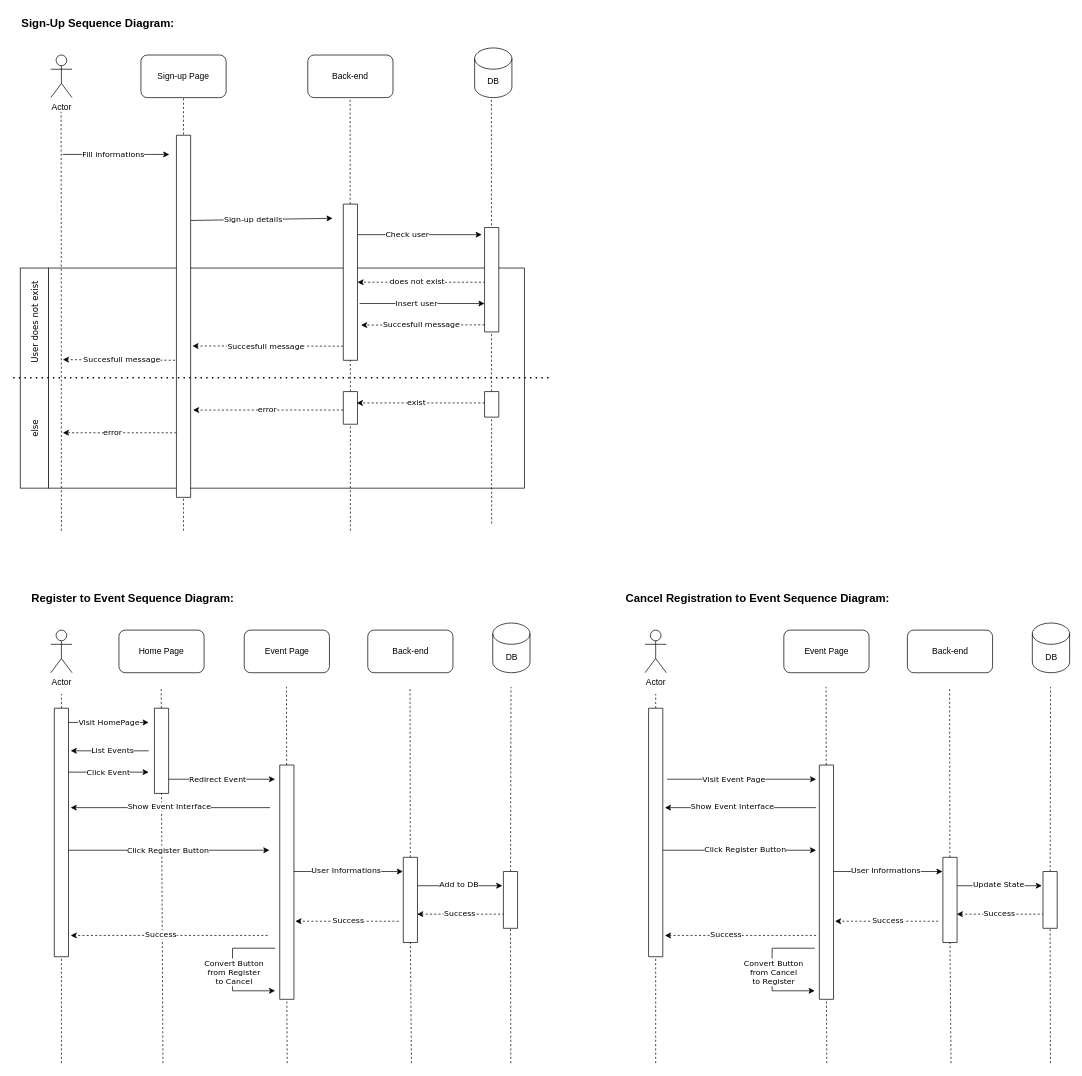
The draw.io diagram Untitled Diagram.drawio in MustafaKANLI/BildirWebPublic, before the edit. Source tidied: cells renumbered, new cells numbered last; positions are measured from the earlier drawing's top-left corner, leaving out a move shared by most shapes. Both pictures are drawn from the tidied source at 71%, with x=0, y=0 at pixel (13, 12).
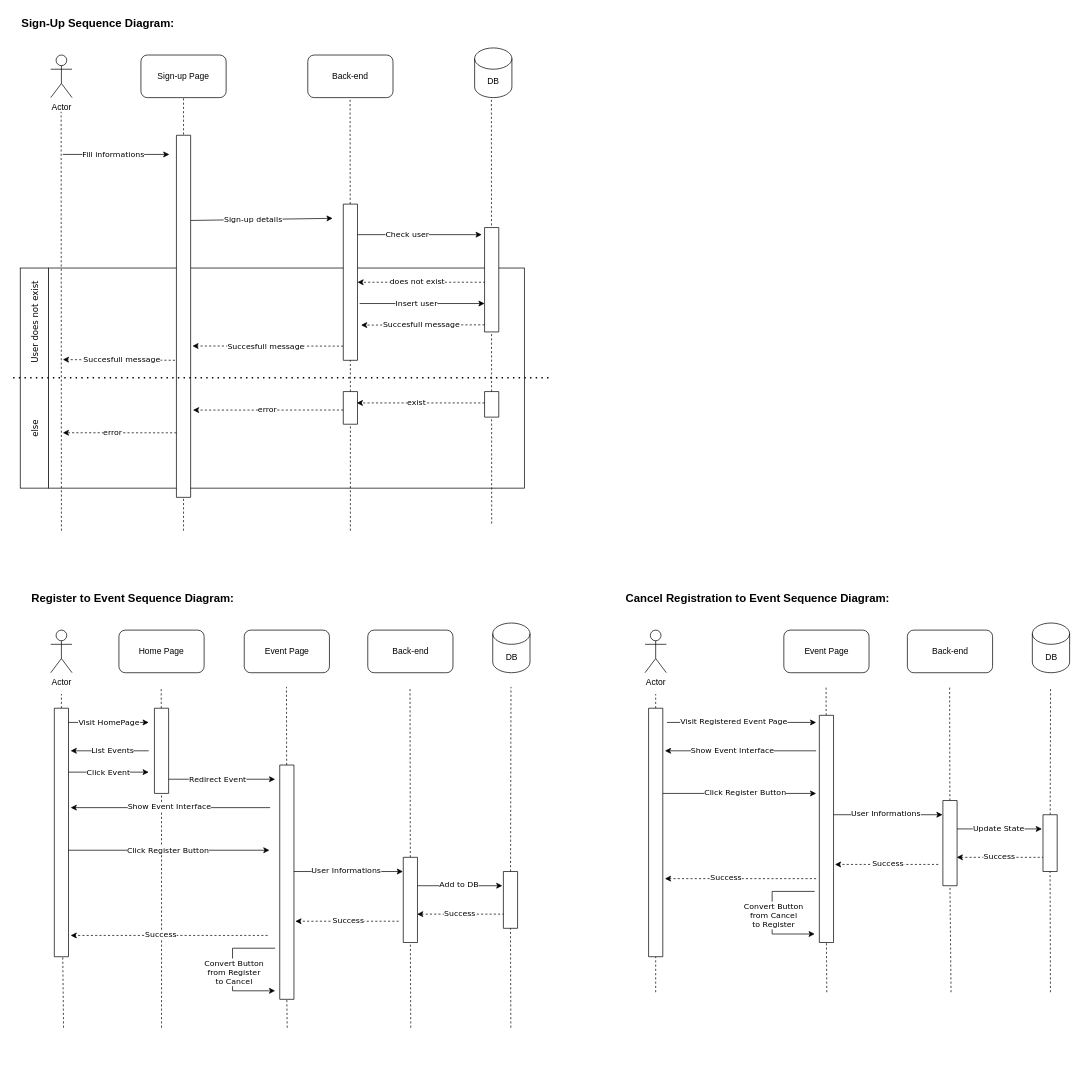
After the change.

Commit message:
Update line heights and Added visit registered page detail

The change refers to these unchanged cells:
```xml
<mxCell id="61" style="verticalLabelPosition=bottom;verticalAlign=top;html=1;shape=mxgraph.basic.rect;fillColor2=none;strokeWidth=1;size=20;indent=5;fontFamily=Verdana;" parent="1" vertex="1">
  <mxGeometry x="199" y="980" width="20" height="120" as="geometry" />
</mxCell>
<mxCell id="69" style="verticalLabelPosition=bottom;verticalAlign=top;html=1;shape=mxgraph.basic.rect;fillColor2=none;strokeWidth=1;size=20;indent=5;fontFamily=Verdana;" parent="1" vertex="1">
  <mxGeometry x="375.5" y="1060" width="20" height="330" as="geometry" />
</mxCell>
<mxCell id="81" style="verticalLabelPosition=bottom;verticalAlign=top;html=1;shape=mxgraph.basic.rect;fillColor2=none;strokeWidth=1;size=20;indent=5;fontFamily=Verdana;" parent="1" vertex="1">
  <mxGeometry x="549.5" y="1190" width="20" height="120" as="geometry" />
</mxCell>
<mxCell id="83" style="verticalLabelPosition=bottom;verticalAlign=top;html=1;shape=mxgraph.basic.rect;fillColor2=none;strokeWidth=1;size=20;indent=5;fontFamily=Verdana;" parent="1" vertex="1">
  <mxGeometry x="690.5" y="1210" width="20" height="80" as="geometry" />
</mxCell>
<mxCell id="85" style="verticalLabelPosition=bottom;verticalAlign=top;html=1;shape=mxgraph.basic.rect;fillColor2=none;strokeWidth=1;size=20;indent=5;fontFamily=Verdana;" parent="1" vertex="1">
  <mxGeometry x="58" y="980" width="20" height="350" as="geometry" />
</mxCell>
<mxCell id="121" style="verticalLabelPosition=bottom;verticalAlign=top;html=1;shape=mxgraph.basic.rect;fillColor2=none;strokeWidth=1;size=20;indent=5;fontFamily=Verdana;" parent="1" vertex="1">
  <mxGeometry x="895" y="980" width="20" height="350" as="geometry" />
</mxCell>
```

The edit, as a diff of the source:
```diff
@@
     <mxCell id="62" style="endArrow=none;dashed=1;html=1;rounded=0;fontFamily=Verdana;entryX=0.5;entryY=1;entryDx=0;entryDy=0;" parent="1" edge="1" target="61">
       <mxGeometry relative="1" as="geometry">
-        <mxPoint x="211" y="1480" as="sourcePoint" />
+        <mxPoint x="209" y="1430" as="sourcePoint" />
       </mxGeometry>
     </mxCell>
@@
     <mxCell id="70" style="endArrow=none;dashed=1;html=1;rounded=0;fontFamily=Verdana;entryX=0.5;entryY=1;entryDx=0;entryDy=0;" parent="1" edge="1" target="69">
       <mxGeometry relative="1" as="geometry">
-        <mxPoint x="386" y="1480" as="sourcePoint" />
+        <mxPoint x="386" y="1430" as="sourcePoint" />
       </mxGeometry>
     </mxCell>
@@
     <mxCell id="82" style="endArrow=none;dashed=1;html=1;rounded=0;fontFamily=Verdana;entryX=0.5;entryY=1;entryDx=0;entryDy=0;" parent="1" edge="1" target="81">
       <mxGeometry relative="1" as="geometry">
-        <mxPoint x="561" y="1480" as="sourcePoint" />
+        <mxPoint x="560" y="1430" as="sourcePoint" />
       </mxGeometry>
     </mxCell>
@@
     <mxCell id="84" style="endArrow=none;dashed=1;html=1;rounded=0;fontFamily=Verdana;entryX=0.5;entryY=1;entryDx=0;entryDy=0;" parent="1" edge="1" target="83">
       <mxGeometry relative="1" as="geometry">
-        <mxPoint x="701" y="1480" as="sourcePoint" />
+        <mxPoint x="701" y="1430" as="sourcePoint" />
       </mxGeometry>
     </mxCell>
@@
     <mxCell id="86" style="endArrow=none;dashed=1;html=1;rounded=0;fontFamily=Verdana;" parent="1" edge="1" target="85">
       <mxGeometry relative="1" as="geometry">
-        <mxPoint x="68" y="1480" as="sourcePoint" />
+        <mxPoint x="71" y="1430" as="sourcePoint" />
       </mxGeometry>
     </mxCell>
@@
     <mxCell id="97" style="endArrow=classic;html=1;rounded=0;fontFamily=Verdana;" parent="1" edge="1">
       <mxGeometry relative="1" as="geometry">
-        <mxPoint x="921" y="1080" as="sourcePoint" />
-        <mxPoint x="1131" y="1080" as="targetPoint" />
+        <mxPoint x="921" y="1000" as="sourcePoint" />
+        <mxPoint x="1131" y="1000" as="targetPoint" />
       </mxGeometry>
     </mxCell>
-    <mxCell id="98" value="Visit Event Page" style="edgeLabel;html=1;align=center;verticalAlign=middle;fontFamily=Verdana;" parent="97" vertex="1">
+    <mxCell id="98" value="Visit Registered Event Page" style="edgeLabel;html=1;align=center;verticalAlign=middle;fontFamily=Verdana;" parent="97" vertex="1">
       <mxGeometry x="-0.29" y="1" relative="1" as="geometry">
-        <mxPoint x="18" as="offset" />
+        <mxPoint x="18" y="-1" as="offset" />
       </mxGeometry>
     </mxCell>
     <mxCell id="99" style="endArrow=classic;html=1;rounded=0;fontFamily=Verdana;" parent="1" edge="1">
       <mxGeometry relative="1" as="geometry">
-        <mxPoint x="1131" y="1120" as="sourcePoint" />
-        <mxPoint x="918" y="1120" as="targetPoint" />
+        <mxPoint x="1131" y="1040" as="sourcePoint" />
+        <mxPoint x="918" y="1040" as="targetPoint" />
       </mxGeometry>
     </mxCell>
@@
     <mxCell id="101" style="endArrow=classic;html=1;rounded=0;fontFamily=Verdana;" parent="1" edge="1">
       <mxGeometry relative="1" as="geometry">
-        <mxPoint x="913.5" y="1180" as="sourcePoint" />
-        <mxPoint x="1131" y="1180" as="targetPoint" />
+        <mxPoint x="913.5" y="1100" as="sourcePoint" />
+        <mxPoint x="1131" y="1100" as="targetPoint" />
       </mxGeometry>
     </mxCell>
@@
     <mxCell id="103" style="endArrow=classic;html=1;rounded=0;fontFamily=Verdana;" parent="1" edge="1">
       <mxGeometry relative="1" as="geometry">
-        <mxPoint x="1149.5" y="1210" as="sourcePoint" />
-        <mxPoint x="1309" y="1210" as="targetPoint" />
+        <mxPoint x="1149.5" y="1130" as="sourcePoint" />
+        <mxPoint x="1309" y="1130" as="targetPoint" />
       </mxGeometry>
     </mxCell>
@@
     <mxCell id="105" style="verticalLabelPosition=bottom;verticalAlign=top;html=1;shape=mxgraph.basic.rect;fillColor2=none;strokeWidth=1;size=20;indent=5;fontFamily=Verdana;" parent="1" vertex="1">
-      <mxGeometry x="1135.5" y="1060" width="20" height="330" as="geometry" />
+      <mxGeometry x="1135.5" y="990" width="20" height="320" as="geometry" />
     </mxCell>
     <mxCell id="106" style="endArrow=none;dashed=1;html=1;rounded=0;fontFamily=Verdana;entryX=0.5;entryY=1;entryDx=0;entryDy=0;" parent="1" edge="1" target="105">
       <mxGeometry relative="1" as="geometry">
-        <mxPoint x="1146" y="1480" as="sourcePoint" />
+        <mxPoint x="1146" y="1380" as="sourcePoint" />
       </mxGeometry>
     </mxCell>
     <mxCell id="107" style="endArrow=classic;html=1;rounded=0;fontFamily=Verdana;" parent="1" edge="1">
       <mxGeometry relative="1" as="geometry">
-        <mxPoint x="1319" y="1230" as="sourcePoint" />
-        <mxPoint x="1449" y="1230" as="targetPoint" />
+        <mxPoint x="1319" y="1150" as="sourcePoint" />
+        <mxPoint x="1449" y="1150" as="targetPoint" />
       </mxGeometry>
     </mxCell>
@@
     <mxCell id="109" style="endArrow=classic;html=1;rounded=0;dashed=1;fontFamily=Verdana;" parent="1" edge="1">
       <mxGeometry relative="1" as="geometry">
-        <mxPoint x="1452" y="1270" as="sourcePoint" />
-        <mxPoint x="1329" y="1270" as="targetPoint" />
+        <mxPoint x="1452" y="1190" as="sourcePoint" />
+        <mxPoint x="1329" y="1190" as="targetPoint" />
       </mxGeometry>
     </mxCell>
@@
     <mxCell id="111" style="endArrow=classic;html=1;rounded=0;dashed=1;fontFamily=Verdana;" parent="1" edge="1">
       <mxGeometry relative="1" as="geometry">
-        <mxPoint x="1303" y="1280" as="sourcePoint" />
-        <mxPoint x="1157.5" y="1280" as="targetPoint" />
+        <mxPoint x="1303" y="1200" as="sourcePoint" />
+        <mxPoint x="1157.5" y="1200" as="targetPoint" />
       </mxGeometry>
     </mxCell>
@@
     <mxCell id="113" style="endArrow=classic;html=1;rounded=0;dashed=1;fontFamily=Verdana;" parent="1" edge="1">
       <mxGeometry relative="1" as="geometry">
-        <mxPoint x="1131" y="1300" as="sourcePoint" />
-        <mxPoint x="918" y="1300" as="targetPoint" />
+        <mxPoint x="1131" y="1220" as="sourcePoint" />
+        <mxPoint x="918" y="1220" as="targetPoint" />
       </mxGeometry>
     </mxCell>
@@
     <mxCell id="115" style="endArrow=classic;html=1;rounded=0;fontFamily=Verdana;" parent="1" edge="1">
       <mxGeometry relative="1" as="geometry">
-        <mxPoint x="1129" y="1318" as="sourcePoint" />
-        <mxPoint x="1129" y="1378" as="targetPoint" />
+        <mxPoint x="1129" y="1238" as="sourcePoint" />
+        <mxPoint x="1129" y="1298" as="targetPoint" />
         <Array as="points">
-          <mxPoint x="1069" y="1318" />
-          <mxPoint x="1069" y="1378" />
+          <mxPoint x="1069" y="1238" />
+          <mxPoint x="1069" y="1298" />
         </Array>
       </mxGeometry>
     </mxCell>
@@
     <mxCell id="117" style="verticalLabelPosition=bottom;verticalAlign=top;html=1;shape=mxgraph.basic.rect;fillColor2=none;strokeWidth=1;size=20;indent=5;fontFamily=Verdana;" parent="1" vertex="1">
-      <mxGeometry x="1309.5" y="1190" width="20" height="120" as="geometry" />
+      <mxGeometry x="1309.5" y="1110" width="20" height="120" as="geometry" />
     </mxCell>
     <mxCell id="118" style="endArrow=none;dashed=1;html=1;rounded=0;fontFamily=Verdana;entryX=0.5;entryY=1;entryDx=0;entryDy=0;" parent="1" edge="1" target="117">
       <mxGeometry relative="1" as="geometry">
-        <mxPoint x="1321" y="1480" as="sourcePoint" />
+        <mxPoint x="1321" y="1380" as="sourcePoint" />
       </mxGeometry>
     </mxCell>
     <mxCell id="119" style="verticalLabelPosition=bottom;verticalAlign=top;html=1;shape=mxgraph.basic.rect;fillColor2=none;strokeWidth=1;size=20;indent=5;fontFamily=Verdana;" parent="1" vertex="1">
-      <mxGeometry x="1450.5" y="1210" width="20" height="80" as="geometry" />
+      <mxGeometry x="1450.5" y="1130" width="20" height="80" as="geometry" />
     </mxCell>
     <mxCell id="120" style="endArrow=none;dashed=1;html=1;rounded=0;fontFamily=Verdana;entryX=0.5;entryY=1;entryDx=0;entryDy=0;" parent="1" edge="1" target="119">
       <mxGeometry relative="1" as="geometry">
-        <mxPoint x="1461" y="1480" as="sourcePoint" />
+        <mxPoint x="1461" y="1380" as="sourcePoint" />
       </mxGeometry>
     </mxCell>
@@
     <mxCell id="122" style="endArrow=none;dashed=1;html=1;rounded=0;fontFamily=Verdana;" parent="1" edge="1" target="121">
       <mxGeometry relative="1" as="geometry">
-        <mxPoint x="905" y="1480" as="sourcePoint" />
+        <mxPoint x="905" y="1380" as="sourcePoint" />
       </mxGeometry>
     </mxCell>
```
